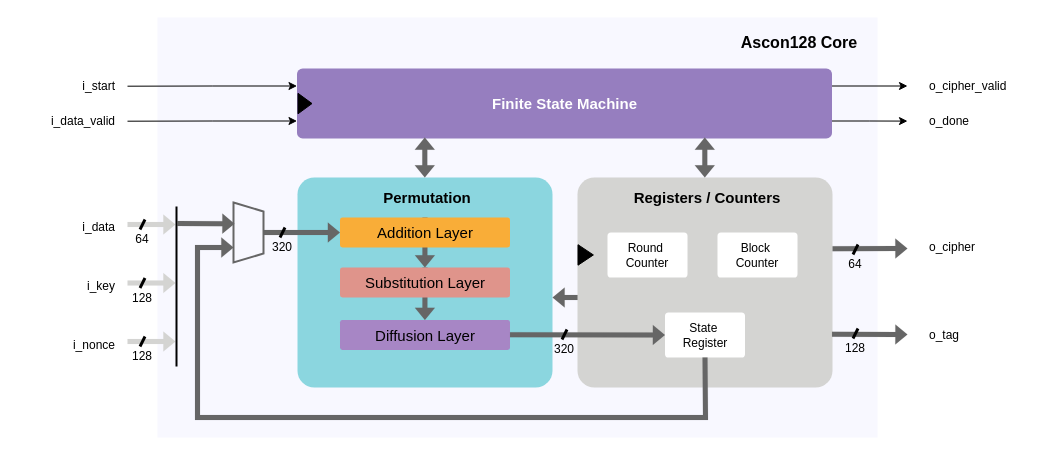
CharrierTim/ascon-verilog keeps this draw.io diagram as page "ascon-block-diagram" (1 of 3) of docs/source/drawio/ascon.drawio. Above is the earlier version. Source tidied: cells renumbered, new cells numbered last; positions are measured from the earlier drawing's top-left corner, leaving out a move shared by most shapes. Both pictures are drawn from the tidied source at 100%, with x=0, y=0 at pixel (17, 17).
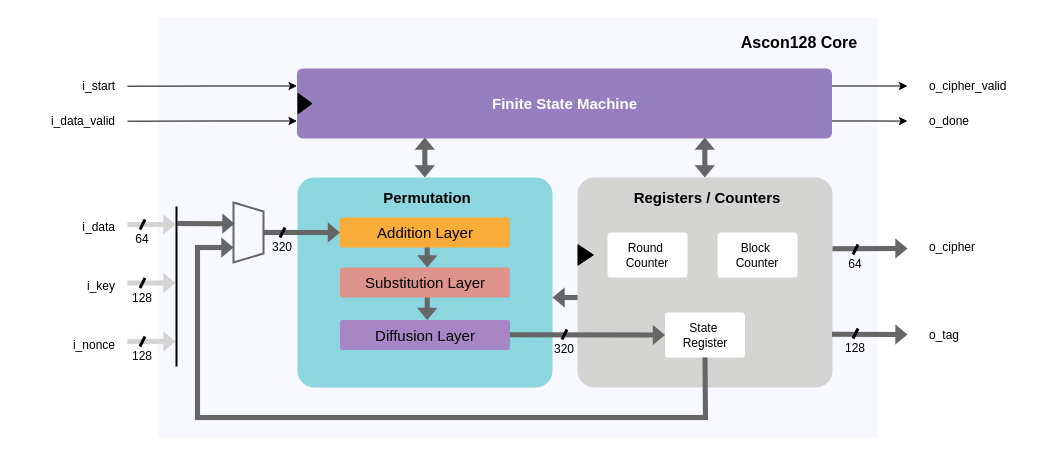
After the change.

The change refers to these unchanged cells:
```xml
<mxCell id="2" style="group;" parent="1" vertex="1">
  <mxGeometry width="1010" height="420" as="geometry" />
</mxCell>
<mxCell id="9" value="&lt;font style=&quot;font-size: 15px; font-weight: normal;&quot;&gt;Addition Layer&lt;/font&gt;" style="rounded=1;whiteSpace=wrap;html=1;strokeColor=none;fillColor=#F9AD38;fontStyle=1;arcSize=8;fontFamily=FiraCode-Regular;fontColor=#000000;" parent="2" vertex="1">
  <mxGeometry x="322.5" y="200" width="170" height="30" as="geometry" />
</mxCell>
<mxCell id="25" value="&lt;font style=&quot;font-size: 15px; font-weight: normal;&quot;&gt;Substitution Layer&lt;/font&gt;" style="rounded=1;whiteSpace=wrap;html=1;strokeColor=none;fillColor=#DF948B;fontStyle=1;arcSize=8;fontFamily=FiraCode-Regular;fontColor=#000000;" parent="2" vertex="1">
  <mxGeometry x="322.5" y="250" width="170" height="30" as="geometry" />
</mxCell>
```

What changed in the source:
```diff
@@
+    <mxCell id="8" style="shape=flexArrow;endArrow=none;html=1;rounded=0;strokeColor=#666666;fillColor=#666666;startArrow=block;startSize=4;endSize=4;strokeWidth=0.1;width=5;startWidth=15;endWidth=15;startFill=0;entryX=0.5;entryY=0;entryDx=0;entryDy=0;fontFamily=FiraCode-Regular;" parent="2" edge="1">
+      <mxGeometry relative="1" as="geometry">
+        <mxPoint x="409.7" y="250" as="sourcePoint" />
+        <mxPoint x="409.8" y="212" as="targetPoint" />
+      </mxGeometry>
+    </mxCell>
@@
-    <mxCell id="7" style="shape=flexArrow;endArrow=none;html=1;rounded=0;strokeColor=#666666;fillColor=#666666;startArrow=block;startSize=4;endSize=4;strokeWidth=0.1;width=5;startWidth=15;endWidth=15;startFill=0;entryX=0.5;entryY=0;entryDx=0;entryDy=0;fontFamily=FiraCode-Regular;" parent="2" edge="1" target="25">
-      <mxGeometry relative="1" as="geometry">
-        <mxPoint x="407.4" y="302.5" as="sourcePoint" />
-      </mxGeometry>
-    </mxCell>
-    <mxCell id="8" style="shape=flexArrow;endArrow=none;html=1;rounded=0;strokeColor=#666666;fillColor=#666666;startArrow=block;startSize=4;endSize=4;strokeWidth=0.1;width=5;startWidth=15;endWidth=15;startFill=0;entryX=0.5;entryY=0;entryDx=0;entryDy=0;fontFamily=FiraCode-Regular;" parent="2" edge="1" target="9">
-      <mxGeometry relative="1" as="geometry">
-        <mxPoint x="407.4" y="250" as="sourcePoint" />
-      </mxGeometry>
-    </mxCell>
@@
+    <mxCell id="66" style="shape=flexArrow;endArrow=none;html=1;rounded=0;strokeColor=#666666;fillColor=#666666;startArrow=block;startSize=4;endSize=4;strokeWidth=0.1;width=5;startWidth=15;endWidth=15;startFill=0;entryX=0.5;entryY=0;entryDx=0;entryDy=0;fontFamily=FiraCode-Regular;" parent="2" edge="1">
+      <mxGeometry relative="1" as="geometry">
+        <mxPoint x="409.7" y="302.5" as="sourcePoint" />
+        <mxPoint x="409.8" y="264.5" as="targetPoint" />
+      </mxGeometry>
+    </mxCell>
```
